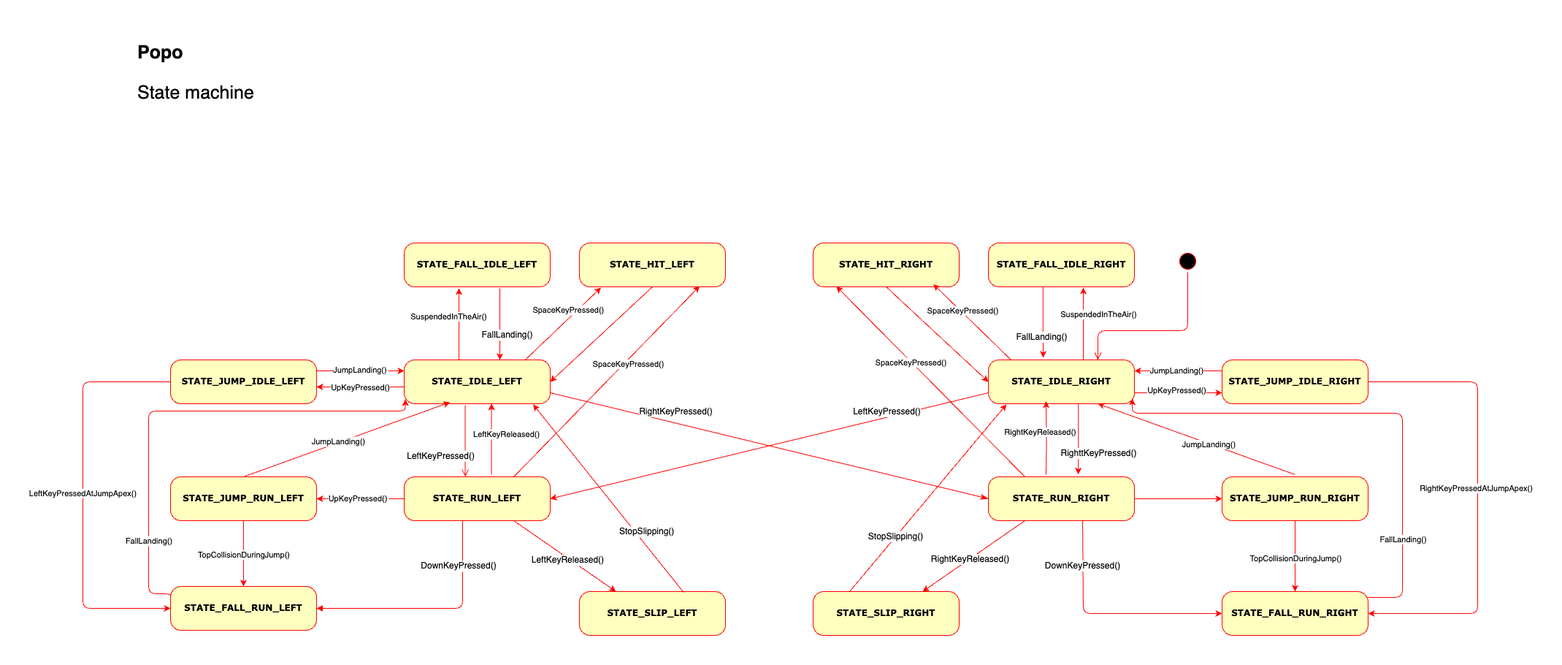
Above: diagrams/popo_state_machine_v2_0_0.png in albertnadal/IceClimberClone (draw.io), before the change. Source tidied: cells renumbered, new cells last; positions are measured from the earlier drawing's top-left corner, leaving out a move shared by most shapes.
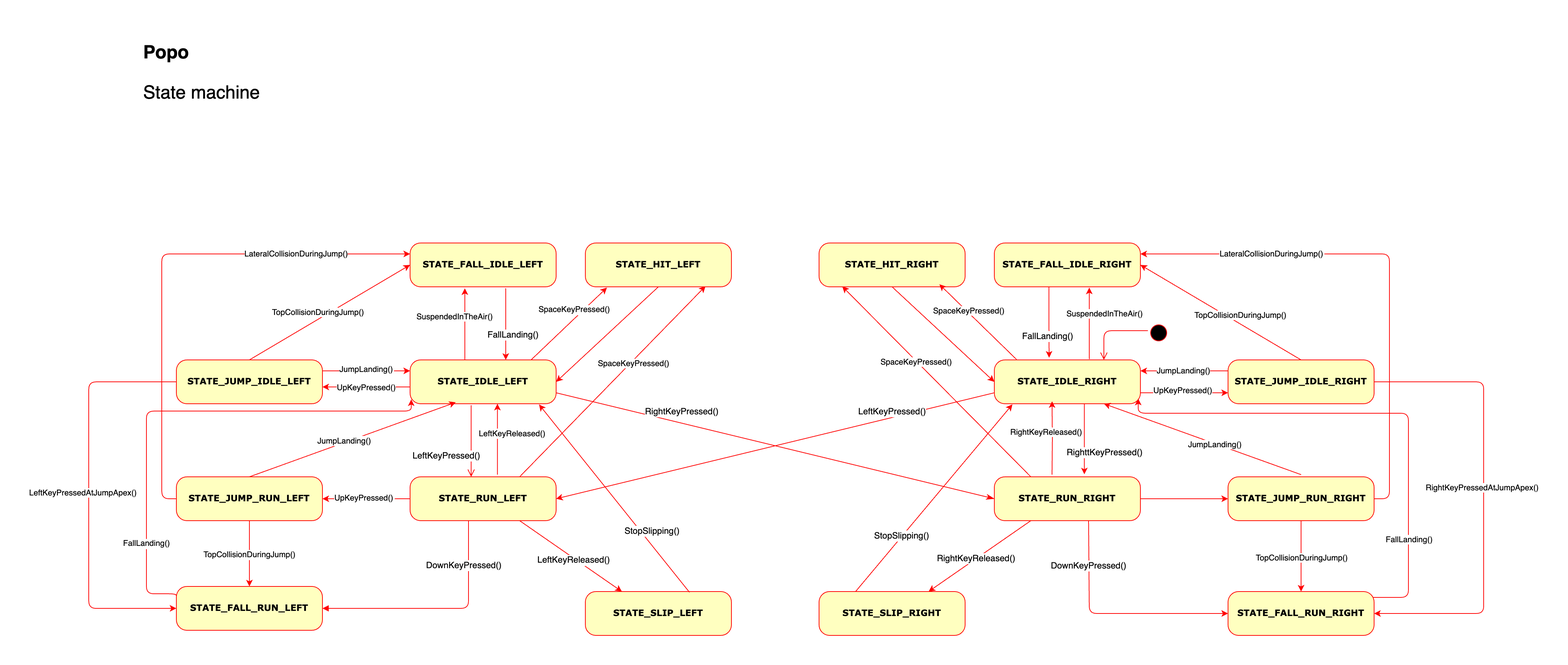
The same diagram one commit later.

Commit message:
Update Popo state machine diagrams

Diff of the diagram source:
```diff
@@ -2,9 +2,6 @@
   <root>
     <mxCell id="0" />
     <mxCell id="1" parent="0" />
-    <mxCell id="2" style="ellipse;html=1;shape=startState;fillColor=#000000;strokeColor=#ff0000;rounded=1;shadow=0;comic=0;labelBackgroundColor=none;fontFamily=Verdana;fontSize=12;fontColor=#000000;align=center;direction=south;" parent="1" vertex="1">
-      <mxGeometry x="1498" y="292" width="30" height="30" as="geometry" />
-    </mxCell>
     <mxCell id="3" style="edgeStyle=orthogonalEdgeStyle;rounded=0;jettySize=auto;html=1;exitX=0.375;exitY=0.05;exitDx=0;exitDy=0;entryX=0.375;entryY=1.033;entryDx=0;entryDy=0;strokeColor=#FF0000;entryPerimeter=0;exitPerimeter=0;" parent="1" edge="1" source="9" target="45">
       <mxGeometry relative="1" as="geometry" />
     </mxCell>
@@ -35,7 +32,6 @@
     <mxCell id="10" style="edgeStyle=orthogonalEdgeStyle;html=1;labelBackgroundColor=none;endArrow=open;endSize=8;strokeColor=#ff0000;fontFamily=Verdana;fontSize=12;align=left;entryX=0.75;entryY=0;entryDx=0;entryDy=0;" parent="1" edge="1" source="2" target="64">
       <mxGeometry relative="1" as="geometry">
         <Array as="points">
-          <mxPoint x="1513" y="402" />
           <mxPoint x="1390" y="402" />
         </Array>
       </mxGeometry>
@@ -146,8 +142,18 @@
       </mxGeometry>
     </mxCell>
     <mxCell id="38" value="LeftKeyPressedAtJumpApex()" style="edgeLabel;html=1;align=center;verticalAlign=middle;" parent="37" vertex="1">
-      <mxGeometry x="-0.01" y="-1" relative="1" as="geometry" />
+      <mxGeometry x="-0.01" y="-1" relative="1" as="geometry">
+        <mxPoint x="-8" as="offset" />
+      </mxGeometry>
     </mxCell>
+    <mxCell id="90" style="rounded=0;jettySize=auto;html=1;exitX=0.5;exitY=0;exitDx=0;exitDy=0;entryX=0;entryY=0.5;entryDx=0;entryDy=0;strokeColor=#FF0000;" parent="1" edge="1" source="39" target="45">
+      <mxGeometry relative="1" as="geometry" />
+    </mxCell>
+    <mxCell id="91" value="TopCollisionDuringJump()" style="edgeLabel;html=1;align=center;verticalAlign=middle;" parent="90" vertex="1">
+      <mxGeometry x="-0.01" y="2" relative="1" as="geometry">
+        <mxPoint x="-14" as="offset" />
+      </mxGeometry>
+    </mxCell>
     <mxCell id="39" value="&lt;b&gt;STATE_JUMP_IDLE_LEFT&lt;/b&gt;" style="rounded=1;whiteSpace=wrap;html=1;arcSize=24;fillColor=#ffffc0;strokeColor=#ff0000;shadow=0;comic=0;labelBackgroundColor=none;fontFamily=Verdana;fontSize=12;fontColor=#000000;align=center;" parent="1" vertex="1">
       <mxGeometry x="120" y="442" width="200" height="60" as="geometry" />
     </mxCell>
@@ -159,6 +165,12 @@
         <mxPoint x="-23" y="5" as="offset" />
       </mxGeometry>
     </mxCell>
+    <mxCell id="92" style="edgeStyle=orthogonalEdgeStyle;rounded=1;jettySize=auto;html=1;exitX=0;exitY=0.5;exitDx=0;exitDy=0;entryX=0;entryY=0.25;entryDx=0;entryDy=0;strokeColor=#FF0000;curved=0;" parent="1" edge="1" source="42" target="45">
+      <mxGeometry relative="1" as="geometry" />
+    </mxCell>
+    <mxCell id="93" value="LateralCollisionDuringJump()" style="edgeLabel;html=1;align=center;verticalAlign=middle;" parent="92" vertex="1">
+      <mxGeometry x="0.55" y="1" relative="1" as="geometry" />
+    </mxCell>
     <mxCell id="42" value="&lt;b&gt;STATE_JUMP_RUN_LEFT&lt;/b&gt;" style="rounded=1;whiteSpace=wrap;html=1;arcSize=24;fillColor=#ffffc0;strokeColor=#ff0000;shadow=0;comic=0;labelBackgroundColor=none;fontFamily=Verdana;fontSize=12;fontColor=#000000;align=center;" parent="1" vertex="1">
       <mxGeometry x="120" y="602" width="200" height="60" as="geometry" />
     </mxCell>
@@ -187,8 +199,8 @@
       <mxGeometry relative="1" as="geometry">
         <Array as="points">
           <mxPoint x="120" y="762" />
-          <mxPoint x="90" y="762" />
-          <mxPoint x="90" y="512" />
+          <mxPoint x="79" y="762" />
+          <mxPoint x="79" y="512" />
           <mxPoint x="442" y="512" />
         </Array>
       </mxGeometry>
@@ -277,6 +289,14 @@
         <mxPoint y="-1" as="offset" />
       </mxGeometry>
     </mxCell>
+    <mxCell id="94" style="rounded=0;jettySize=auto;html=1;exitX=0.5;exitY=0;exitDx=0;exitDy=0;entryX=1;entryY=0.5;entryDx=0;entryDy=0;strokeColor=#FF0000;" parent="1" edge="1" source="69" target="55">
+      <mxGeometry relative="1" as="geometry" />
+    </mxCell>
+    <mxCell id="95" value="TopCollisionDuringJump()" style="edgeLabel;html=1;align=center;verticalAlign=middle;" parent="94" vertex="1">
+      <mxGeometry x="-0.02" y="2" relative="1" as="geometry">
+        <mxPoint x="25" as="offset" />
+      </mxGeometry>
+    </mxCell>
     <mxCell id="69" value="&lt;b&gt;STATE_JUMP_IDLE_RIGHT&lt;/b&gt;" style="rounded=1;whiteSpace=wrap;html=1;arcSize=24;fillColor=#ffffc0;strokeColor=#ff0000;shadow=0;comic=0;labelBackgroundColor=none;fontFamily=Verdana;fontSize=12;fontColor=#000000;align=center;" parent="1" vertex="1">
       <mxGeometry x="1560" y="442" width="200" height="60" as="geometry" />
     </mxCell>
@@ -334,6 +354,19 @@
     <mxCell id="83" value="JumpLanding()" style="edgeLabel;html=1;align=center;verticalAlign=middle;" parent="82" vertex="1">
       <mxGeometry x="-0.12" y="1" relative="1" as="geometry" />
     </mxCell>
+    <mxCell id="96" style="edgeStyle=orthogonalEdgeStyle;rounded=1;jettySize=auto;html=1;exitX=1;exitY=0.5;exitDx=0;exitDy=0;entryX=1;entryY=0.25;entryDx=0;entryDy=0;curved=0;strokeColor=#FF0000;" parent="1" edge="1" source="84" target="55">
+      <mxGeometry relative="1" as="geometry">
+        <Array as="points">
+          <mxPoint x="1781" y="632" />
+          <mxPoint x="1781" y="297" />
+        </Array>
+      </mxGeometry>
+    </mxCell>
+    <mxCell id="97" value="LateralCollisionDuringJump()" style="edgeLabel;align=center;verticalAlign=middle;" parent="96" vertex="1">
+      <mxGeometry x="0.62" y="1" relative="1" as="geometry">
+        <mxPoint x="47" y="-2" as="offset" />
+      </mxGeometry>
+    </mxCell>
     <mxCell id="84" value="&lt;b&gt;STATE_JUMP_RUN_RIGHT&lt;/b&gt;" style="rounded=1;whiteSpace=wrap;html=1;arcSize=24;fillColor=#ffffc0;strokeColor=#ff0000;shadow=0;comic=0;labelBackgroundColor=none;fontFamily=Verdana;fontSize=12;fontColor=#000000;align=center;" parent="1" vertex="1">
       <mxGeometry x="1560" y="602" width="200" height="60" as="geometry" />
     </mxCell>
@@ -360,5 +393,8 @@
     <mxCell id="89" value="&lt;span style=&quot;font-size: 12px;&quot;&gt;StopSlipping()&lt;/span&gt;" style="edgeLabel;html=1;align=center;verticalAlign=middle;" parent="88" vertex="1">
       <mxGeometry x="-0.41" y="1" relative="1" as="geometry" />
     </mxCell>
+    <mxCell id="2" style="ellipse;html=1;shape=startState;fillColor=#000000;strokeColor=#ff0000;rounded=1;shadow=0;comic=0;labelBackgroundColor=none;fontFamily=Verdana;fontSize=12;fontColor=#000000;align=center;direction=south;" parent="1" vertex="1">
+      <mxGeometry x="1450" y="390" width="30" height="30" as="geometry" />
+    </mxCell>
   </root>
 </mxGraphModel>
```
